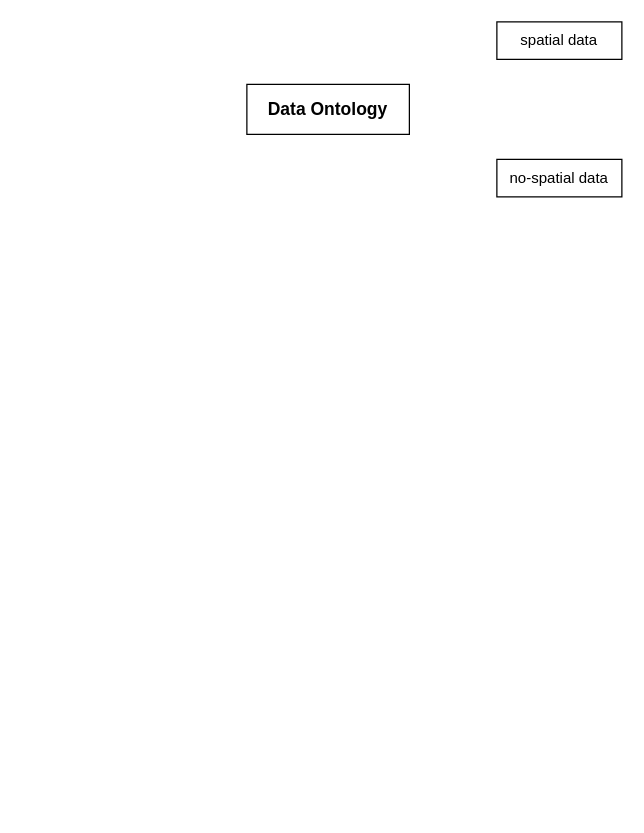
Before: Untitled Diagram.drawio in liuchang-999/test, a draw.io diagram. Source tidied: cells renumbered, new cells numbered last; positions are measured from the earlier drawing's top-left corner, leaving out a move shared by most shapes. Both pictures are drawn from the tidied source at 125%, with x=0, y=0 at pixel (246, 21).
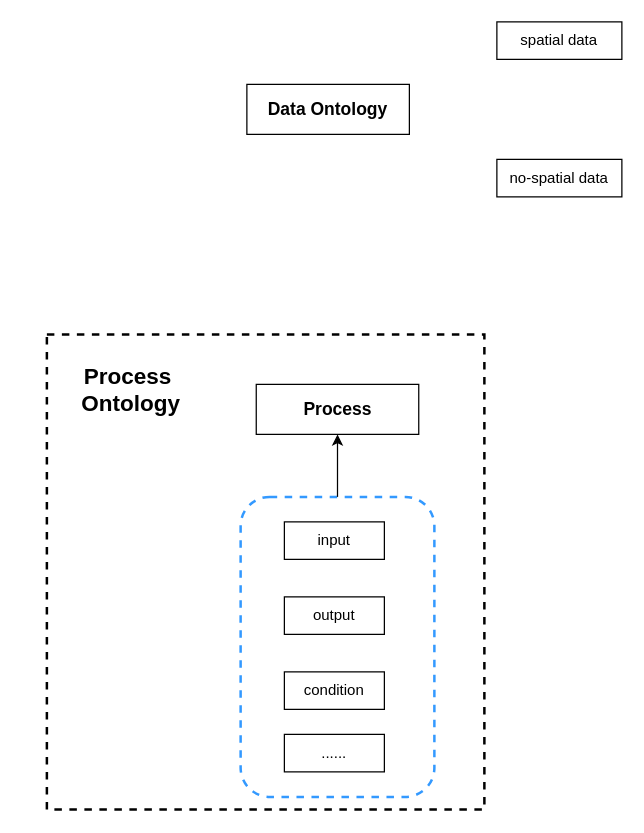
Above is the later version.

Diff of the diagram source:
```diff
@@
 <mxGraphModel>
   <root>
     <mxCell id="0" />
     <mxCell id="1" parent="0" />
+    <mxCell id="5" value="&lt;font style=&quot;font-size: 14px&quot;&gt;&lt;b&gt;Process&lt;/b&gt;&lt;/font&gt;" style="rounded=0;whiteSpace=wrap;html=1;fillColor=#FFFFFF;strokeColor=#000000;" parent="1" vertex="1">
+      <mxGeometry x="7.5" y="290" width="130" height="40" as="geometry" />
+    </mxCell>
+    <mxCell id="6" style="rounded=1;whiteSpace=wrap;html=1;dashed=1;strokeColor=#3399FF;fillColor=none;strokeWidth=2;" parent="1" vertex="1">
+      <mxGeometry x="-5" y="380" width="155" height="240" as="geometry" />
+    </mxCell>
+    <mxCell id="7" style="endArrow=classic;html=1;exitX=0.5;exitY=0;exitDx=0;exitDy=0;entryX=0.5;entryY=1;entryDx=0;entryDy=0;" parent="1" edge="1" source="6" target="5">
+      <mxGeometry relative="1" as="geometry" />
+    </mxCell>
+    <mxCell id="8" style="rounded=0;whiteSpace=wrap;html=1;dashed=1;strokeColor=#000000;strokeWidth=2;fillColor=none;" parent="1" vertex="1">
+      <mxGeometry x="-160" y="250" width="350" height="380" as="geometry" />
+    </mxCell>
     <mxCell id="2" value="&lt;font style=&quot;font-size: 14px&quot;&gt;&lt;b&gt;Data Ontology&lt;/b&gt;&lt;/font&gt;" style="rounded=0;whiteSpace=wrap;html=1;fillColor=#FFFFFF;strokeColor=#000000;" parent="1" vertex="1">
       <mxGeometry y="50" width="130" height="40" as="geometry" />
     </mxCell>
     <mxCell id="3" value="spatial data" style="rounded=0;whiteSpace=wrap;html=1;strokeColor=#000000;fillColor=#FFFFFF;" parent="1" vertex="1">
       <mxGeometry x="200" width="100" height="30" as="geometry" />
     </mxCell>
     <mxCell id="4" value="no-spatial data" style="rounded=0;whiteSpace=wrap;html=1;strokeColor=#000000;fillColor=#FFFFFF;" parent="1" vertex="1">
       <mxGeometry x="200" y="110" width="100" height="30" as="geometry" />
     </mxCell>
+    <mxCell id="9" value="input" style="rounded=0;whiteSpace=wrap;html=1;strokeColor=#000000;fillColor=#FFFFFF;" parent="1" vertex="1">
+      <mxGeometry x="30" y="400" width="80" height="30" as="geometry" />
+    </mxCell>
+    <mxCell id="10" value="output" style="rounded=0;whiteSpace=wrap;html=1;strokeColor=#000000;fillColor=#FFFFFF;" parent="1" vertex="1">
+      <mxGeometry x="30" y="460" width="80" height="30" as="geometry" />
+    </mxCell>
+    <mxCell id="11" value="condition" style="rounded=0;whiteSpace=wrap;html=1;strokeColor=#000000;fillColor=#FFFFFF;" parent="1" vertex="1">
+      <mxGeometry x="30" y="520" width="80" height="30" as="geometry" />
+    </mxCell>
+    <mxCell id="12" value="......" style="rounded=0;whiteSpace=wrap;html=1;strokeColor=#000000;fillColor=#FFFFFF;" parent="1" vertex="1">
+      <mxGeometry x="30" y="570" width="80" height="30" as="geometry" />
+    </mxCell>
+    <mxCell id="13" value="&lt;font style=&quot;font-size: 18px&quot;&gt;&lt;b&gt;Process&lt;br&gt;&amp;nbsp;Ontology&lt;/b&gt;&lt;/font&gt;" style="text;html=1;strokeColor=none;fillColor=none;align=center;verticalAlign=middle;whiteSpace=wrap;rounded=0;dashed=1;" parent="1" vertex="1">
+      <mxGeometry x="-180" y="270" width="170" height="50" as="geometry" />
+    </mxCell>
   </root>
 </mxGraphModel>
```
